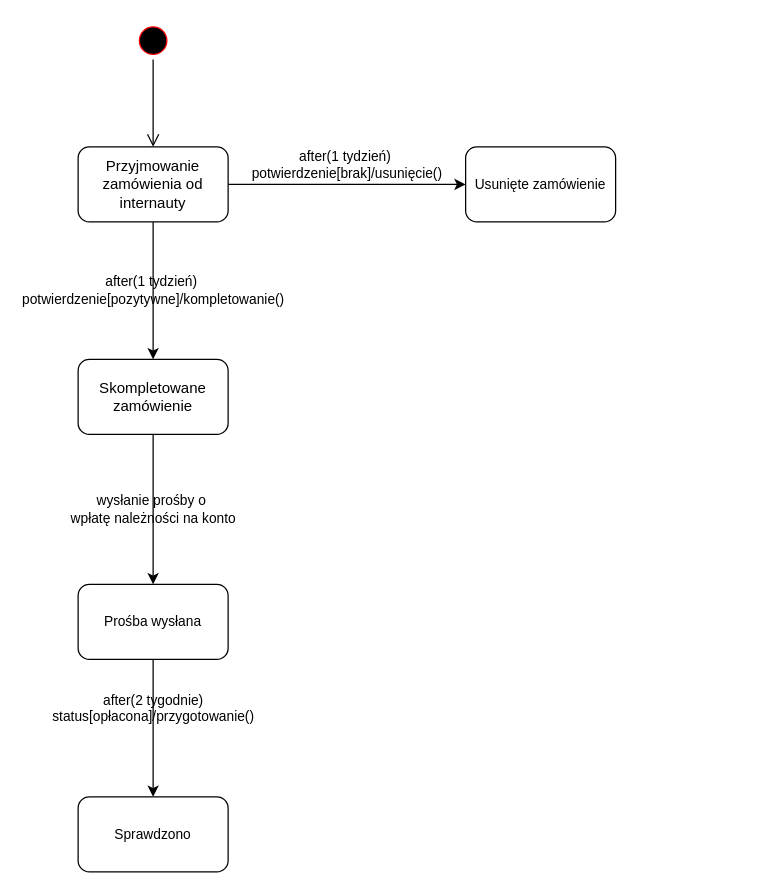
Earlier version of the draw.io diagram Diagram stanów wejściówka.drawio (Dziecky/UML). Source tidied: cells renumbered, new cells numbered last; positions are measured from the earlier drawing's top-left corner, leaving out a move shared by most shapes. Both pictures are drawn from the tidied source at 125%, with x=0, y=0 at pixel (78, 21).
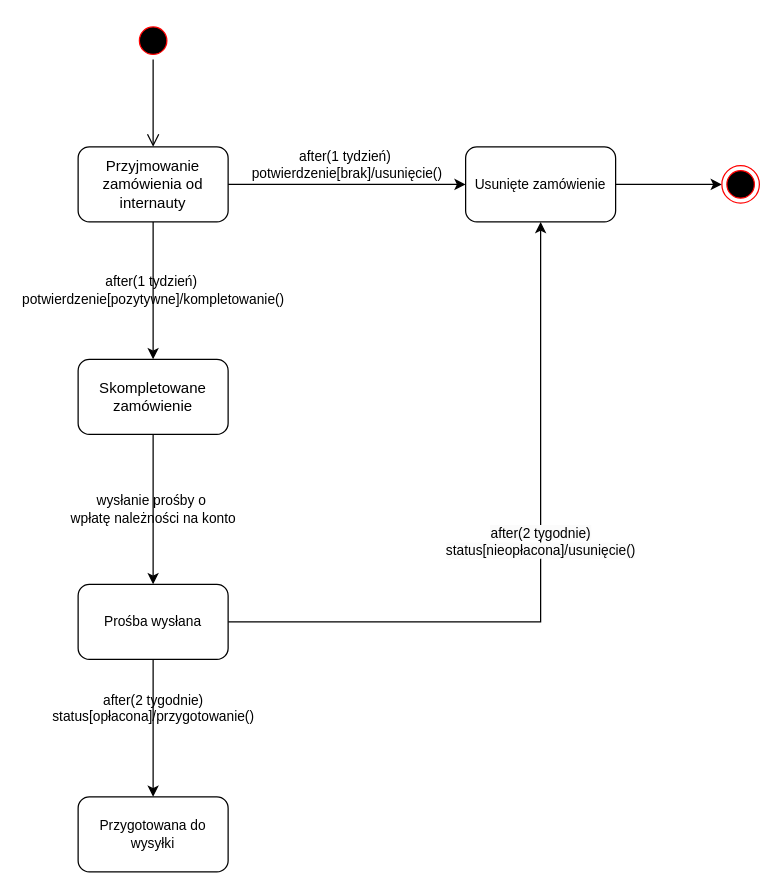
The same diagram, later.

Change to the diagram source:
```diff
@@
 <mxGraphModel>
   <root>
     <mxCell id="0" />
     <mxCell id="1" parent="0" />
     <mxCell id="2" style="ellipse;html=1;shape=startState;fillColor=#000000;strokeColor=#ff0000;" parent="1" vertex="1">
       <mxGeometry x="45" width="30" height="30" as="geometry" />
     </mxCell>
     <mxCell id="3" style="edgeStyle=orthogonalEdgeStyle;html=1;verticalAlign=bottom;endArrow=open;endSize=8;strokeColor=#000000;rounded=0;" parent="1" edge="1" source="2" target="5">
       <mxGeometry relative="1" as="geometry" />
     </mxCell>
     <mxCell id="4" value="after(1 tydzień)&amp;nbsp;&lt;div&gt;potwierdzenie[pozytywne]/kompletowanie()&lt;/div&gt;" style="edgeStyle=orthogonalEdgeStyle;rounded=0;jettySize=auto;html=1;labelBackgroundColor=none;" parent="1" edge="1" source="5" target="8">
       <mxGeometry relative="1" as="geometry" />
     </mxCell>
     <mxCell id="5" value="Przyjmowanie zamówienia od internauty" style="rounded=1;whiteSpace=wrap;html=1;" parent="1" vertex="1">
       <mxGeometry y="100" width="120" height="60" as="geometry" />
     </mxCell>
     <mxCell id="6" value="after(1 tydzień)&amp;nbsp;&lt;div&gt;potwierdzenie[brak]/usunięcie()&lt;/div&gt;" style="edgeStyle=orthogonalEdgeStyle;rounded=0;jettySize=auto;html=1;strokeColor=default;align=center;verticalAlign=bottom;fontFamily=Helvetica;fontSize=11;fontColor=default;labelBackgroundColor=none;endArrow=classic;" parent="1" edge="1" source="5" target="12">
       <mxGeometry relative="1" as="geometry" />
     </mxCell>
     <mxCell id="7" value="wysłanie prośby o&amp;nbsp;&lt;div&gt;wpłatę należności na konto&lt;/div&gt;" style="edgeStyle=orthogonalEdgeStyle;rounded=0;jettySize=auto;html=1;labelBackgroundColor=none;" parent="1" edge="1" source="8" target="10">
       <mxGeometry relative="1" as="geometry">
         <Array as="points">
           <mxPoint x="60" y="500" />
           <mxPoint x="61" y="500" />
         </Array>
       </mxGeometry>
     </mxCell>
     <mxCell id="8" value="Skompletowane zamówienie" style="rounded=1;whiteSpace=wrap;html=1;" parent="1" vertex="1">
       <mxGeometry y="270" width="120" height="60" as="geometry" />
     </mxCell>
     <mxCell id="9" value="after(2 tygodnie)&lt;div&gt;status[opłacona]/przygotowanie()&lt;/div&gt;" style="edgeStyle=orthogonalEdgeStyle;rounded=0;jettySize=auto;html=1;strokeColor=default;align=center;verticalAlign=bottom;fontFamily=Helvetica;fontSize=11;fontColor=default;labelBackgroundColor=none;endArrow=classic;" parent="1" edge="1" source="10" target="11">
       <mxGeometry relative="1" as="geometry" />
     </mxCell>
+    <mxCell id="13" value="&lt;br&gt;&lt;span style=&quot;color: rgb(0, 0, 0); font-family: Helvetica; font-size: 11px; font-style: normal; font-variant-ligatures: normal; font-variant-caps: normal; font-weight: 400; letter-spacing: normal; orphans: 2; text-align: center; text-indent: 0px; text-transform: none; widows: 2; word-spacing: 0px; -webkit-text-stroke-width: 0px; white-space: nowrap; background-color: rgb(251, 251, 251); text-decoration-thickness: initial; text-decoration-style: initial; text-decoration-color: initial; display: inline !important; float: none;&quot;&gt;after(2 tygodnie)&lt;/span&gt;&lt;div style=&quot;forced-color-adjust: none; color: rgb(0, 0, 0); font-family: Helvetica; font-size: 11px; font-style: normal; font-variant-ligatures: normal; font-variant-caps: normal; font-weight: 400; letter-spacing: normal; orphans: 2; text-align: center; text-indent: 0px; text-transform: none; widows: 2; word-spacing: 0px; -webkit-text-stroke-width: 0px; white-space: nowrap; background-color: rgb(251, 251, 251); text-decoration-thickness: initial; text-decoration-style: initial; text-decoration-color: initial;&quot;&gt;status[nieopłacona]/usunięcie()&lt;/div&gt;&lt;div&gt;&lt;br/&gt;&lt;/div&gt;" style="edgeStyle=orthogonalEdgeStyle;rounded=0;jettySize=auto;html=1;strokeColor=default;align=center;verticalAlign=bottom;fontFamily=Helvetica;fontSize=11;fontColor=default;labelBackgroundColor=none;endArrow=classic;" parent="1" edge="1" source="10" target="12">
+      <mxGeometry relative="1" as="geometry" />
+    </mxCell>
     <mxCell id="10" value="Prośba wysłana" style="rounded=1;whiteSpace=wrap;html=1;fontFamily=Helvetica;fontSize=11;fontColor=default;labelBackgroundColor=none;" parent="1" vertex="1">
       <mxGeometry y="450" width="120" height="60" as="geometry" />
     </mxCell>
-    <mxCell id="11" value="Sprawdzono" style="rounded=1;whiteSpace=wrap;html=1;fontFamily=Helvetica;fontSize=11;fontColor=default;labelBackgroundColor=none;" parent="1" vertex="1">
+    <mxCell id="11" value="Przygotowana do wysyłki" style="rounded=1;whiteSpace=wrap;html=1;fontFamily=Helvetica;fontSize=11;fontColor=default;labelBackgroundColor=none;" parent="1" vertex="1">
       <mxGeometry y="620" width="120" height="60" as="geometry" />
     </mxCell>
+    <mxCell id="14" style="edgeStyle=orthogonalEdgeStyle;rounded=0;jettySize=auto;html=1;strokeColor=default;align=center;verticalAlign=bottom;fontFamily=Helvetica;fontSize=11;fontColor=default;labelBackgroundColor=none;endArrow=classic;" parent="1" edge="1" source="12" target="15">
+      <mxGeometry relative="1" as="geometry" />
+    </mxCell>
     <mxCell id="12" value="Usunięte zamówienie" style="rounded=1;whiteSpace=wrap;html=1;fontFamily=Helvetica;fontSize=11;fontColor=default;labelBackgroundColor=none;" parent="1" vertex="1">
       <mxGeometry x="310" y="100" width="120" height="60" as="geometry" />
     </mxCell>
+    <mxCell id="15" style="ellipse;html=1;shape=endState;fillColor=#000000;strokeColor=#ff0000;fontFamily=Helvetica;fontSize=11;fontColor=default;labelBackgroundColor=none;" parent="1" vertex="1">
+      <mxGeometry x="515" y="115" width="30" height="30" as="geometry" />
+    </mxCell>
   </root>
 </mxGraphModel>
```
